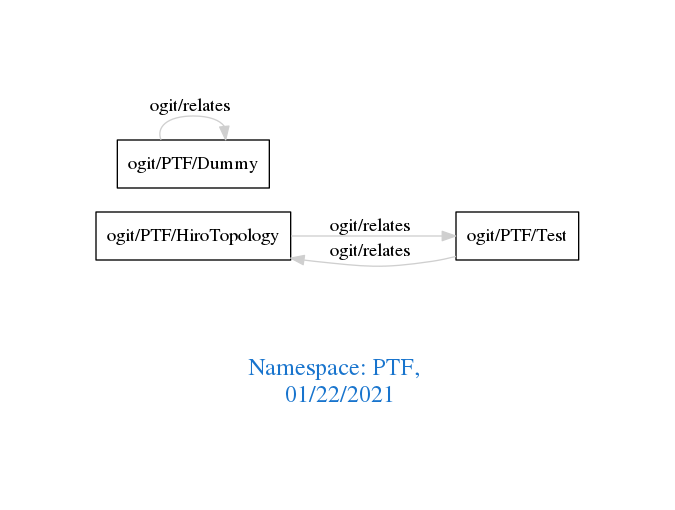
The Graphviz diagram downloads/PTF.png in arago/OGIT, before a commit. Its source is kept beside it as downloads/PTF.dot.
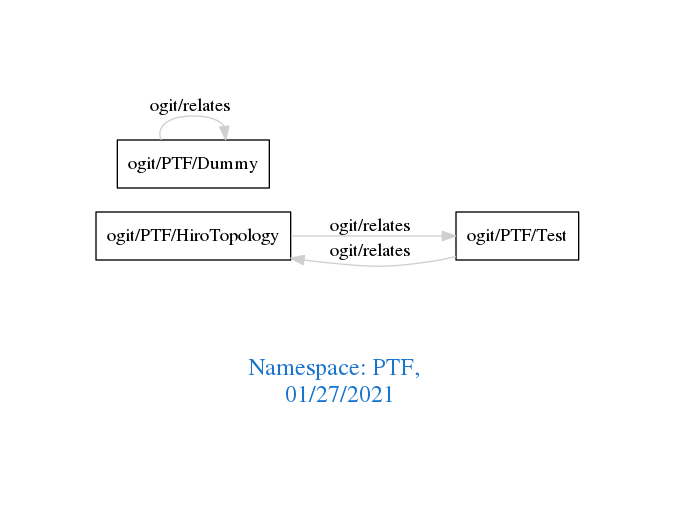
Above is the later version.

What changed in the source:
```diff
@@ -1,7 +1,7 @@
 digraph OGIT_ontology {
  graph [ rankdir= LR,pad=1
 fontsize = 18,
-fontcolor= dodgerblue3,label = "\n\n\nNamespace: PTF, \n 01/22/2021"];
+fontcolor= dodgerblue3,label = "\n\n\nNamespace: PTF, \n 01/27/2021"];
 node[shape=polygon];
 edge [  color="gray81"];
 
```
